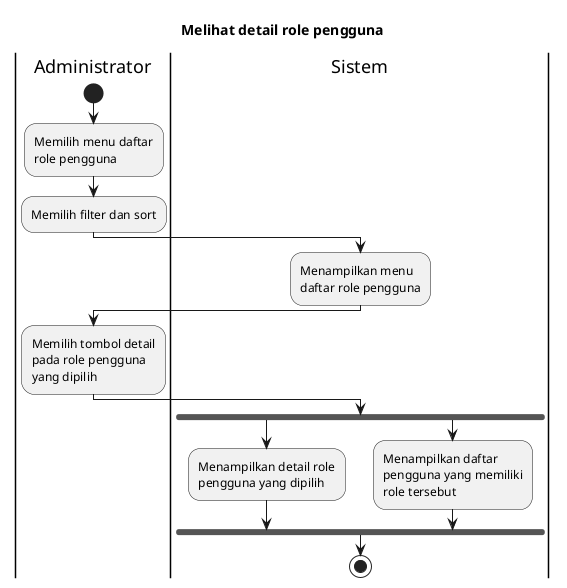
bagusNA/appl-diagrams keeps this PlantUML diagram as export/Activity Diagrams/UC-MGUSER - Manajemen Pengguna/UC-MGUSER-005 - Melihat detail role pengguna.png. Above is the earlier version. The source it was exported from:
```plantuml
@startuml
skinparam wrapWidth 140

title Melihat detail role pengguna

|Administrator|
start
:Memilih menu daftar role pengguna;
:Memilih filter dan sort;

|Sistem|
:Menampilkan menu daftar role pengguna;

|Administrator|
:Memilih tombol detail pada role pengguna yang dipilih;

|Sistem|
fork
  :Menampilkan detail role pengguna yang dipilih;
fork again
  :Menampilkan daftar pengguna yang memiliki role tersebut;
endfork

stop
@enduml
```
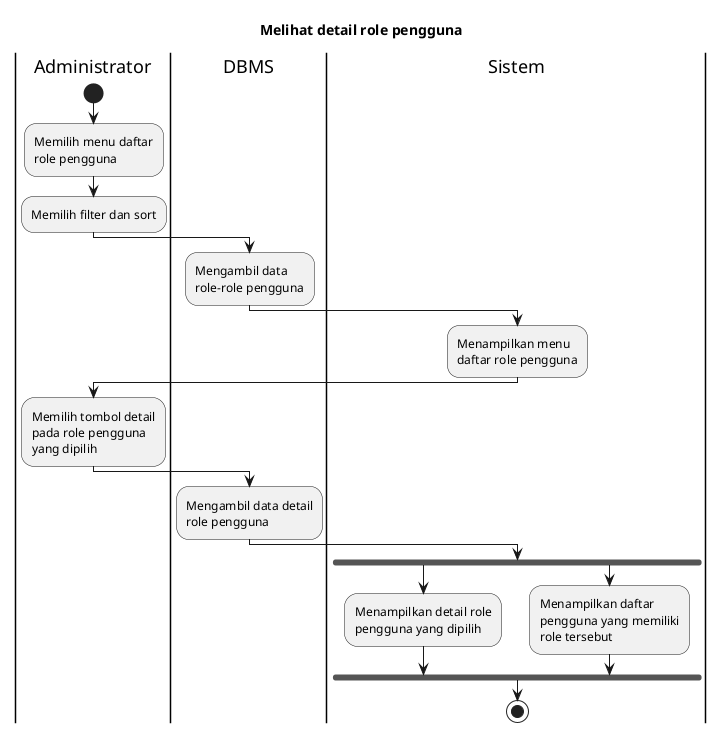
After the commit.

The edit, as a diff of the source:
```diff
@@ -8,11 +8,17 @@
 :Memilih menu daftar role pengguna;
 :Memilih filter dan sort;
 
+|DBMS|
+:Mengambil data role-role pengguna;
+
 |Sistem|
 :Menampilkan menu daftar role pengguna;
 
 |Administrator|
 :Memilih tombol detail pada role pengguna yang dipilih;
+
+|DBMS|
+:Mengambil data detail role pengguna;
 
 |Sistem|
 fork
```
